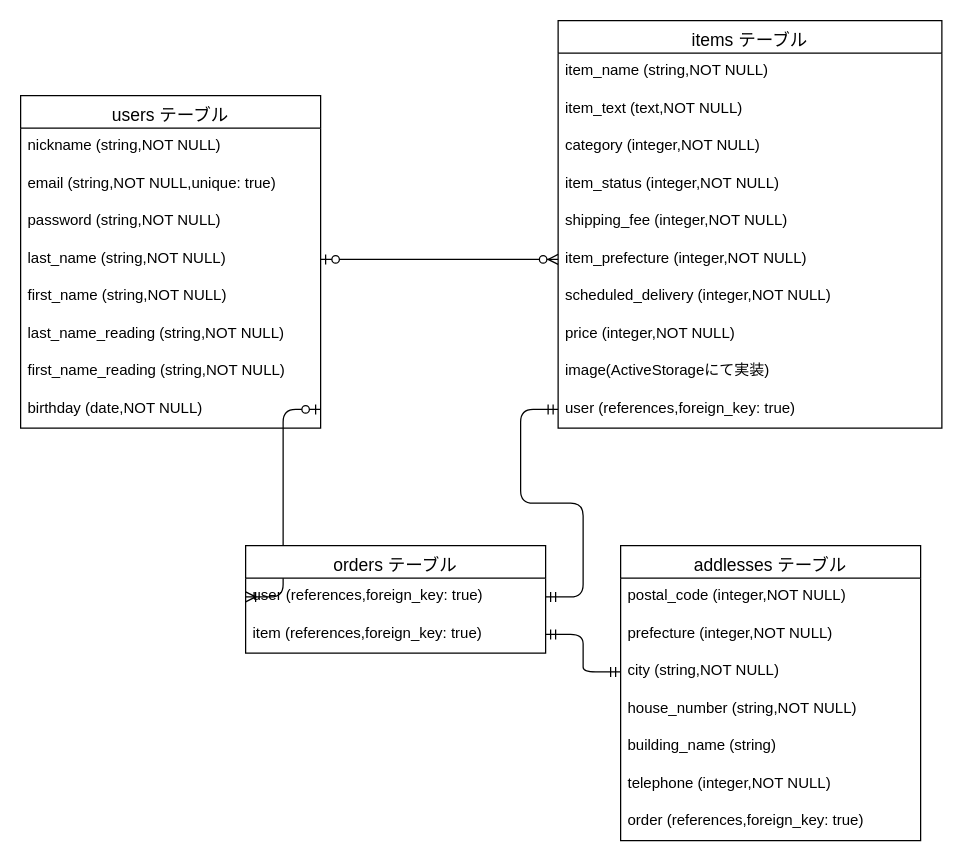
The draw.io diagram furima.dio in fujiwarashi/furima-31089, before the edit. Source tidied: cells renumbered, new cells numbered last; positions are measured from the earlier drawing's top-left corner, leaving out a move shared by most shapes. Both pictures are drawn from the tidied source at 125%, with x=0, y=0 at pixel (20, 20).
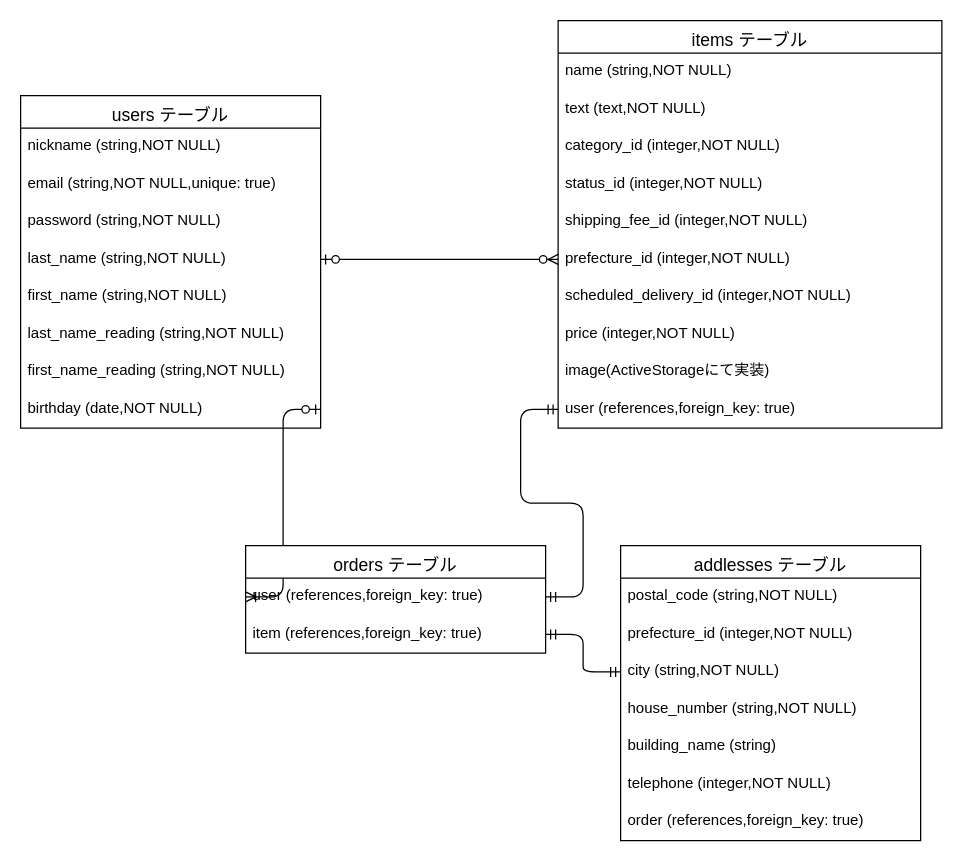
The same page after the edit.

The change refers to these unchanged cells:
```xml
<mxCell id="12" value="items テーブル" style="swimlane;fontStyle=0;horizontal=1;startSize=26;align=center;fontSize=14;verticalAlign=bottom;" parent="1" vertex="1">
  <mxGeometry x="430" width="307" height="326" as="geometry" />
</mxCell>
<mxCell id="26" value="addlesses テーブル" style="swimlane;fontStyle=0;horizontal=1;startSize=26;align=center;fontSize=14;verticalAlign=bottom;" parent="1" vertex="1">
  <mxGeometry x="480" y="420" width="240" height="236" as="geometry" />
</mxCell>
```

What changed in the source:
```diff
@@
-    <mxCell id="13" value="item_name (string,NOT NULL)" style="text;strokeColor=none;fillColor=none;spacingLeft=4;spacingRight=4;overflow=hidden;fontSize=12;" parent="12" vertex="1">
+    <mxCell id="13" value="name (string,NOT NULL)" style="text;strokeColor=none;fillColor=none;spacingLeft=4;spacingRight=4;overflow=hidden;fontSize=12;" parent="12" vertex="1">
       <mxGeometry y="26" width="307" height="30" as="geometry" />
     </mxCell>
-    <mxCell id="14" value="item_text (text,NOT NULL)" style="text;strokeColor=none;fillColor=none;spacingLeft=4;spacingRight=4;overflow=hidden;fontSize=12;" parent="12" vertex="1">
+    <mxCell id="14" value="text (text,NOT NULL)" style="text;strokeColor=none;fillColor=none;spacingLeft=4;spacingRight=4;overflow=hidden;fontSize=12;" parent="12" vertex="1">
       <mxGeometry y="56" width="307" height="30" as="geometry" />
     </mxCell>
-    <mxCell id="15" value="category (integer,NOT NULL)" style="text;strokeColor=none;fillColor=none;spacingLeft=4;spacingRight=4;overflow=hidden;fontSize=12;" parent="12" vertex="1">
+    <mxCell id="15" value="category_id (integer,NOT NULL)" style="text;strokeColor=none;fillColor=none;spacingLeft=4;spacingRight=4;overflow=hidden;fontSize=12;" parent="12" vertex="1">
       <mxGeometry y="86" width="307" height="30" as="geometry" />
     </mxCell>
-    <mxCell id="16" value="item_status (integer,NOT NULL)" style="text;strokeColor=none;fillColor=none;spacingLeft=4;spacingRight=4;overflow=hidden;fontSize=12;" parent="12" vertex="1">
+    <mxCell id="16" value="status_id (integer,NOT NULL)" style="text;strokeColor=none;fillColor=none;spacingLeft=4;spacingRight=4;overflow=hidden;fontSize=12;" parent="12" vertex="1">
       <mxGeometry y="116" width="307" height="30" as="geometry" />
     </mxCell>
-    <mxCell id="17" value="shipping_fee (integer,NOT NULL)" style="text;strokeColor=none;fillColor=none;spacingLeft=4;spacingRight=4;overflow=hidden;fontSize=12;" parent="12" vertex="1">
+    <mxCell id="17" value="shipping_fee_id (integer,NOT NULL)" style="text;strokeColor=none;fillColor=none;spacingLeft=4;spacingRight=4;overflow=hidden;fontSize=12;" parent="12" vertex="1">
       <mxGeometry y="146" width="307" height="30" as="geometry" />
     </mxCell>
-    <mxCell id="18" value="item_prefecture (integer,NOT NULL)" style="text;strokeColor=none;fillColor=none;spacingLeft=4;spacingRight=4;overflow=hidden;points=[[0,0.5],[1,0.5]];portConstraint=eastwest;fontSize=12;" parent="12" vertex="1">
+    <mxCell id="18" value="prefecture_id (integer,NOT NULL)" style="text;strokeColor=none;fillColor=none;spacingLeft=4;spacingRight=4;overflow=hidden;points=[[0,0.5],[1,0.5]];portConstraint=eastwest;fontSize=12;" parent="12" vertex="1">
       <mxGeometry y="176" width="307" height="30" as="geometry" />
     </mxCell>
-    <mxCell id="19" value="scheduled_delivery (integer,NOT NULL)" style="text;strokeColor=none;fillColor=none;spacingLeft=4;spacingRight=4;overflow=hidden;fontSize=12;" parent="12" vertex="1">
+    <mxCell id="19" value="scheduled_delivery_id (integer,NOT NULL)" style="text;strokeColor=none;fillColor=none;spacingLeft=4;spacingRight=4;overflow=hidden;fontSize=12;" parent="12" vertex="1">
       <mxGeometry y="206" width="307" height="30" as="geometry" />
     </mxCell>
@@
-    <mxCell id="27" value="postal_code (integer,NOT NULL)" style="text;strokeColor=none;fillColor=none;spacingLeft=4;spacingRight=4;overflow=hidden;fontSize=12;" parent="26" vertex="1">
+    <mxCell id="27" value="postal_code (string,NOT NULL)" style="text;strokeColor=none;fillColor=none;spacingLeft=4;spacingRight=4;overflow=hidden;fontSize=12;" parent="26" vertex="1">
       <mxGeometry y="26" width="240" height="30" as="geometry" />
     </mxCell>
-    <mxCell id="28" value="prefecture (integer,NOT NULL)" style="text;strokeColor=none;fillColor=none;spacingLeft=4;spacingRight=4;overflow=hidden;fontSize=12;" parent="26" vertex="1">
+    <mxCell id="28" value="prefecture_id (integer,NOT NULL)" style="text;strokeColor=none;fillColor=none;spacingLeft=4;spacingRight=4;overflow=hidden;fontSize=12;" parent="26" vertex="1">
       <mxGeometry y="56" width="240" height="30" as="geometry" />
     </mxCell>
```
